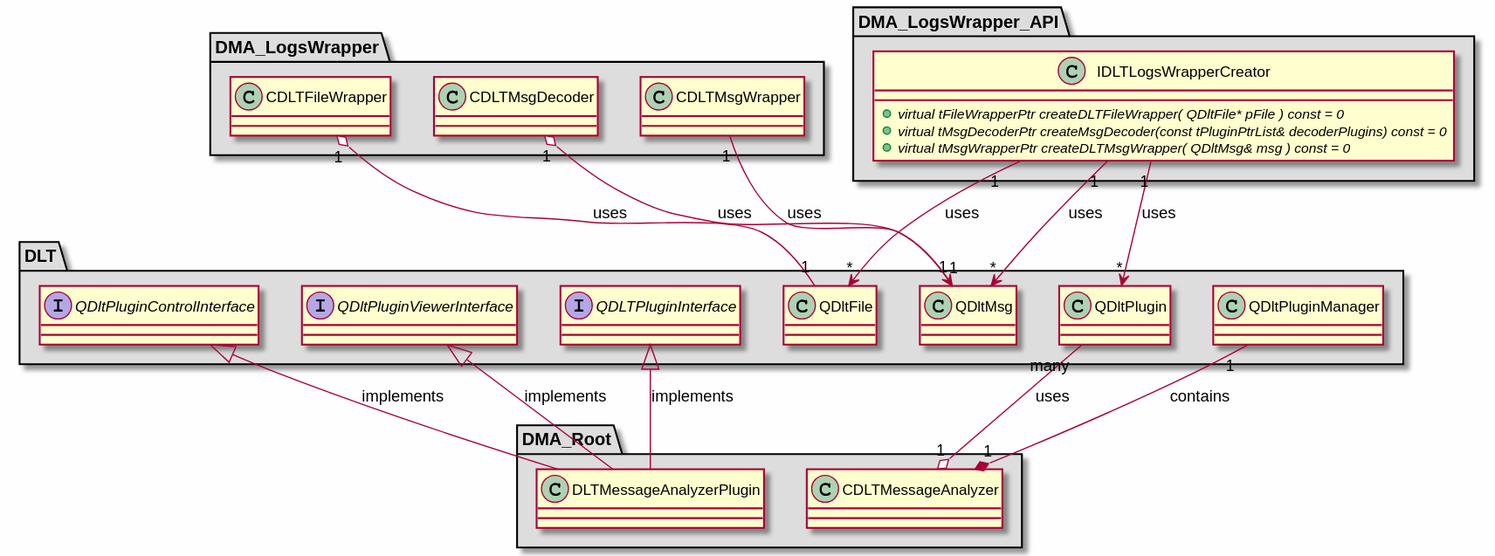
Earlier version of the PlantUML export md/dev_docs/puml/DLT.svg (svlad-90/DLT-Message-Analyzer).
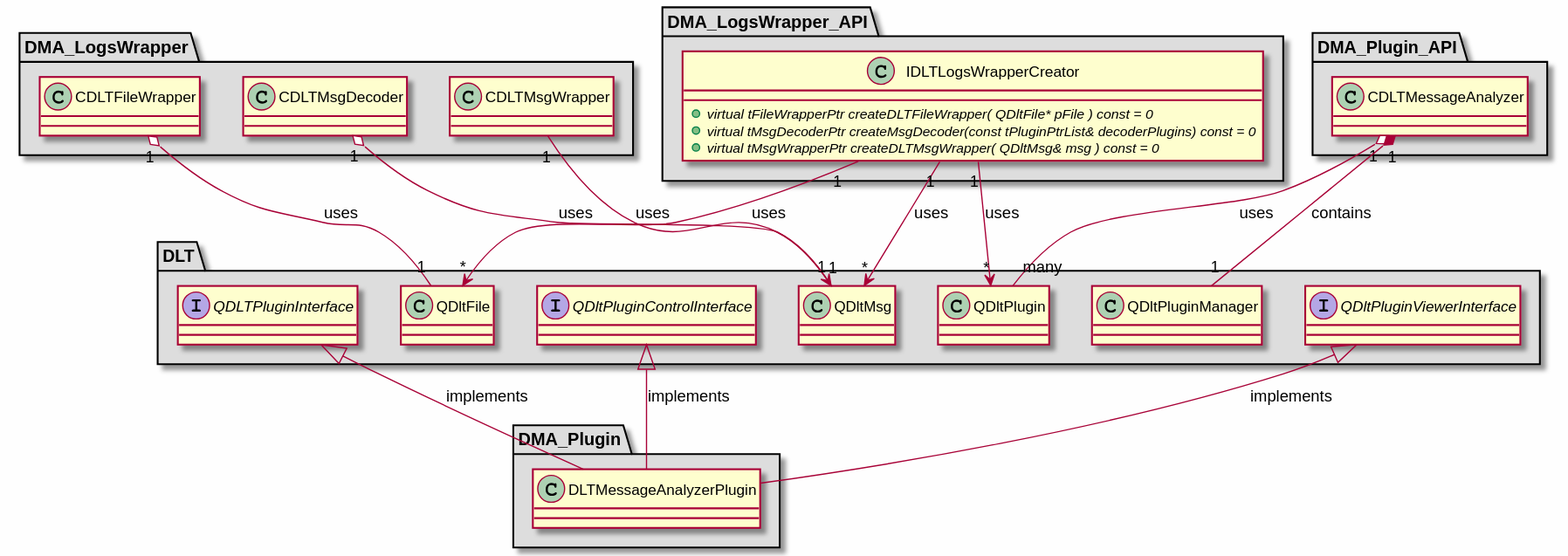
After the commit.

Change to the diagram source:
```diff
@@ -64,14 +64,19 @@
 
 }
 
-package "DMA_Root" #DDDDDD
+package "DMA_Plugin" #DDDDDD
+{
+
+class "DLTMessageAnalyzerPlugin"
+{
+}
+
+}
+
+package "DMA_Plugin_API" #DDDDDD
 {
 
 class "CDLTMessageAnalyzer"
-{
-}
-
-class "DLTMessageAnalyzerPlugin"
 {
 }
 
```
